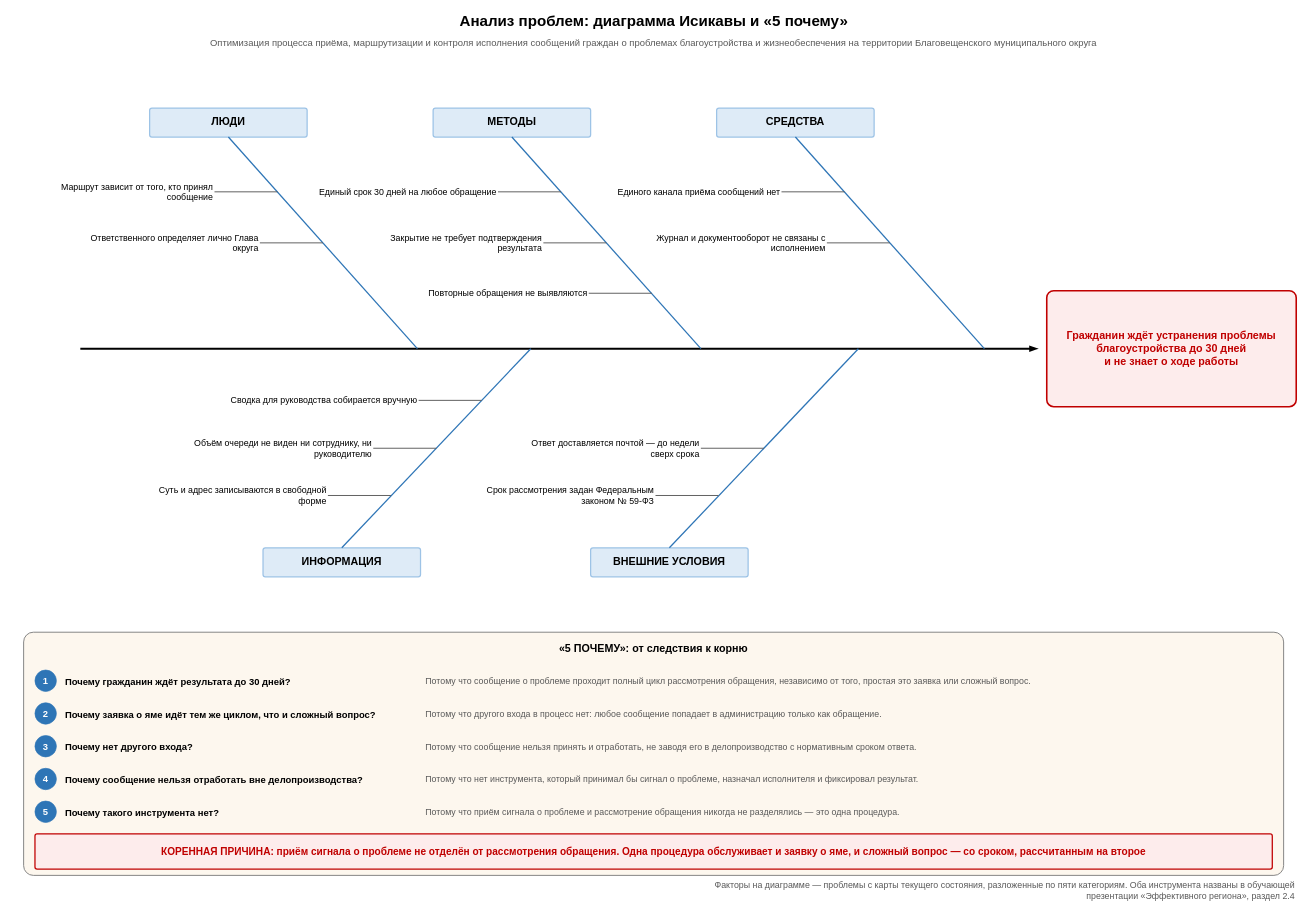
The draw.io diagram файлы/analiz-prichin.drawio in NiceGenn/Team-28-progress, before the edit. Source tidied: cells renumbered, new cells numbered last; positions are measured from the earlier drawing's top-left corner, leaving out a move shared by most shapes. Both pictures are drawn from the tidied source at 63%, with x=0, y=0 at pixel (11, 11).
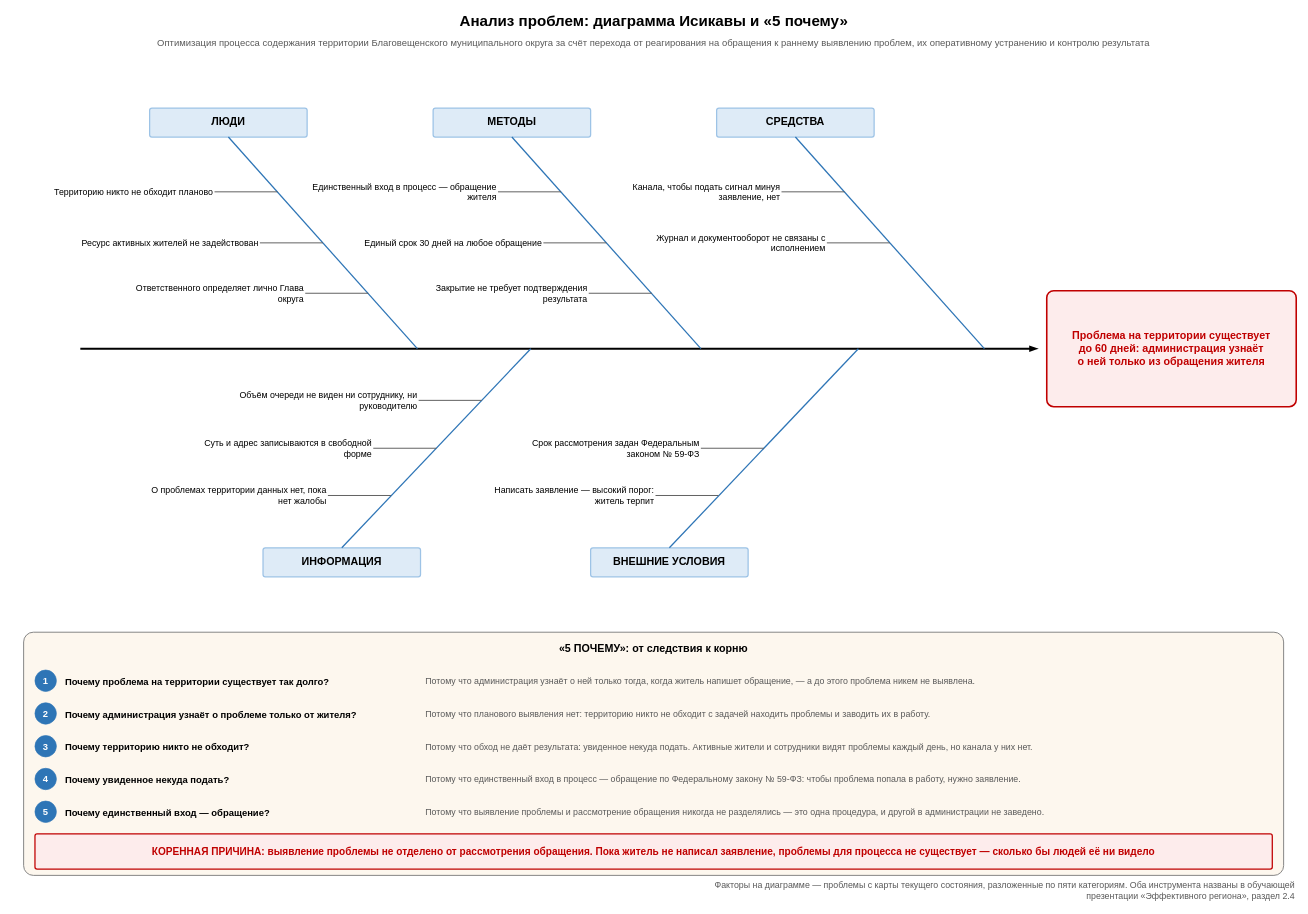
Above is the later version.

The change refers to these unchanged cells:
```xml
<mxCell id="40" value="«5 ПОЧЕМУ»: от следствия к корню" style="rounded=1;arcSize=4;whiteSpace=wrap;html=1;fillColor=#FDF7EE;strokeColor=#7F7F7F;strokeWidth=1.5;verticalAlign=top;align=center;fontSize=17;fontStyle=1;spacing=12;" parent="1" vertex="1">
  <mxGeometry x="20" y="986" width="2000" height="386" as="geometry" />
</mxCell>
```

Change to the diagram source:
```diff
@@
-    <mxCell id="3" value="Оптимизация процесса приёма, маршрутизации и контроля исполнения сообщений граждан о проблемах благоустройства и жизнеобеспечения на территории Благовещенского муниципального округа" style="text;html=1;align=center;verticalAlign=middle;whiteSpace=wrap;fontSize=15;fontColor=#595959;" parent="1" vertex="1">
+    <mxCell id="3" value="Оптимизация процесса содержания территории Благовещенского муниципального округа за счёт перехода от реагирования на обращения к раннему выявлению проблем, их оперативному устранению и контролю результата" style="text;html=1;align=center;verticalAlign=middle;whiteSpace=wrap;fontSize=15;fontColor=#595959;" parent="1" vertex="1">
       <mxGeometry y="38" width="2040" height="24" as="geometry" />
     </mxCell>
@@
-    <mxCell id="5" value="Гражданин ждёт устранения проблемы&lt;br&gt;благоустройства до 30 дней&lt;br&gt;и не знает о ходе работы" style="rounded=1;arcSize=6;whiteSpace=wrap;html=1;fillColor=#FDECEC;strokeColor=#C00000;strokeWidth=2.5;fontSize=17;fontStyle=1;verticalAlign=middle;align=center;fontColor=#C00000;spacing=8;" parent="1" vertex="1">
+    <mxCell id="5" value="Проблема на территории существует&lt;br&gt;до 60 дней: администрация узнаёт&lt;br&gt;о ней только из обращения жителя" style="rounded=1;arcSize=6;whiteSpace=wrap;html=1;fillColor=#FDECEC;strokeColor=#C00000;strokeWidth=2.5;fontSize=17;fontStyle=1;verticalAlign=middle;align=center;fontColor=#C00000;spacing=8;" parent="1" vertex="1">
       <mxGeometry x="1644" y="444" width="396" height="184" as="geometry" />
     </mxCell>
@@
-    <mxCell id="9" value="Маршрут зависит от того, кто принял сообщение" style="text;html=1;whiteSpace=wrap;align=right;verticalAlign=middle;fontSize=14;" parent="1" vertex="1">
+    <mxCell id="9" value="Территорию никто не обходит планово" style="text;html=1;whiteSpace=wrap;align=right;verticalAlign=middle;fontSize=14;" parent="1" vertex="1">
       <mxGeometry x="23" y="265" width="300" height="44" as="geometry" />
     </mxCell>
@@
-    <mxCell id="11" value="Ответственного определяет лично Глава округа" style="text;html=1;whiteSpace=wrap;align=right;verticalAlign=middle;fontSize=14;" parent="1" vertex="1">
+    <mxCell id="11" value="Ресурс активных жителей не задействован" style="text;html=1;whiteSpace=wrap;align=right;verticalAlign=middle;fontSize=14;" parent="1" vertex="1">
       <mxGeometry x="95" y="346" width="300" height="44" as="geometry" />
     </mxCell>
+    <mxCell id="58" style="html=1;endArrow=none;strokeWidth=1.5;strokeColor=#595959;rounded=0;" parent="1" edge="1">
+      <mxGeometry relative="1" as="geometry">
+        <mxPoint x="467" y="448" as="sourcePoint" />
+        <mxPoint x="567" y="448" as="targetPoint" />
+      </mxGeometry>
+    </mxCell>
+    <mxCell id="59" value="Ответственного определяет лично Глава округа" style="text;html=1;whiteSpace=wrap;align=right;verticalAlign=middle;fontSize=14;" parent="1" vertex="1">
+      <mxGeometry x="167" y="426" width="300" height="44" as="geometry" />
+    </mxCell>
@@
-    <mxCell id="15" value="Единый срок 30 дней на любое обращение" style="text;html=1;whiteSpace=wrap;align=right;verticalAlign=middle;fontSize=14;" parent="1" vertex="1">
+    <mxCell id="15" value="Единственный вход в процесс — обращение жителя" style="text;html=1;whiteSpace=wrap;align=right;verticalAlign=middle;fontSize=14;" parent="1" vertex="1">
       <mxGeometry x="473" y="265" width="300" height="44" as="geometry" />
     </mxCell>
@@
-    <mxCell id="17" value="Закрытие не требует подтверждения результата" style="text;html=1;whiteSpace=wrap;align=right;verticalAlign=middle;fontSize=14;" parent="1" vertex="1">
+    <mxCell id="17" value="Единый срок 30 дней на любое обращение" style="text;html=1;whiteSpace=wrap;align=right;verticalAlign=middle;fontSize=14;" parent="1" vertex="1">
       <mxGeometry x="545" y="346" width="300" height="44" as="geometry" />
     </mxCell>
@@
-    <mxCell id="19" value="Повторные обращения не выявляются" style="text;html=1;whiteSpace=wrap;align=right;verticalAlign=middle;fontSize=14;" parent="1" vertex="1">
+    <mxCell id="19" value="Закрытие не требует подтверждения результата" style="text;html=1;whiteSpace=wrap;align=right;verticalAlign=middle;fontSize=14;" parent="1" vertex="1">
       <mxGeometry x="617" y="426" width="300" height="44" as="geometry" />
     </mxCell>
@@
-    <mxCell id="23" value="Единого канала приёма сообщений нет" style="text;html=1;whiteSpace=wrap;align=right;verticalAlign=middle;fontSize=14;" parent="1" vertex="1">
+    <mxCell id="23" value="Канала, чтобы подать сигнал минуя заявление, нет" style="text;html=1;whiteSpace=wrap;align=right;verticalAlign=middle;fontSize=14;" parent="1" vertex="1">
       <mxGeometry x="923" y="265" width="300" height="44" as="geometry" />
     </mxCell>
@@
-    <mxCell id="29" value="Суть и адрес записываются в свободной форме" style="text;html=1;whiteSpace=wrap;align=right;verticalAlign=middle;fontSize=14;" parent="1" vertex="1">
+    <mxCell id="29" value="О проблемах территории данных нет, пока нет жалобы" style="text;html=1;whiteSpace=wrap;align=right;verticalAlign=middle;fontSize=14;" parent="1" vertex="1">
       <mxGeometry x="203" y="747" width="300" height="44" as="geometry" />
     </mxCell>
@@
-    <mxCell id="31" value="Объём очереди не виден ни сотруднику, ни руководителю" style="text;html=1;whiteSpace=wrap;align=right;verticalAlign=middle;fontSize=14;" parent="1" vertex="1">
+    <mxCell id="31" value="Суть и адрес записываются в свободной форме" style="text;html=1;whiteSpace=wrap;align=right;verticalAlign=middle;fontSize=14;" parent="1" vertex="1">
       <mxGeometry x="275" y="672" width="300" height="44" as="geometry" />
     </mxCell>
@@
-    <mxCell id="33" value="Сводка для руководства собирается вручную" style="text;html=1;whiteSpace=wrap;align=right;verticalAlign=middle;fontSize=14;" parent="1" vertex="1">
+    <mxCell id="33" value="Объём очереди не виден ни сотруднику, ни руководителю" style="text;html=1;whiteSpace=wrap;align=right;verticalAlign=middle;fontSize=14;" parent="1" vertex="1">
       <mxGeometry x="347" y="596" width="300" height="44" as="geometry" />
     </mxCell>
@@
-    <mxCell id="37" value="Срок рассмотрения задан Федеральным законом № 59-ФЗ" style="text;html=1;whiteSpace=wrap;align=right;verticalAlign=middle;fontSize=14;" parent="1" vertex="1">
+    <mxCell id="37" value="Написать заявление — высокий порог: житель терпит" style="text;html=1;whiteSpace=wrap;align=right;verticalAlign=middle;fontSize=14;" parent="1" vertex="1">
       <mxGeometry x="723" y="747" width="300" height="44" as="geometry" />
     </mxCell>
@@
-    <mxCell id="39" value="Ответ доставляется почтой — до недели сверх срока" style="text;html=1;whiteSpace=wrap;align=right;verticalAlign=middle;fontSize=14;" parent="1" vertex="1">
+    <mxCell id="39" value="Срок рассмотрения задан Федеральным законом № 59-ФЗ" style="text;html=1;whiteSpace=wrap;align=right;verticalAlign=middle;fontSize=14;" parent="1" vertex="1">
       <mxGeometry x="795" y="672" width="300" height="44" as="geometry" />
     </mxCell>
@@
-    <mxCell id="42" value="Почему гражданин ждёт результата до 30 дней?" style="text;html=1;align=left;verticalAlign=middle;whiteSpace=wrap;fontSize=15;fontStyle=1;" parent="40" vertex="1">
+    <mxCell id="42" value="Почему проблема на территории существует так долго?" style="text;html=1;align=left;verticalAlign=middle;whiteSpace=wrap;fontSize=15;fontStyle=1;" parent="40" vertex="1">
       <mxGeometry x="64" y="52" width="560" height="52" as="geometry" />
     </mxCell>
-    <mxCell id="43" value="Потому что сообщение о проблеме проходит полный цикл рассмотрения обращения, независимо от того, простая это заявка или сложный вопрос." style="text;html=1;align=left;verticalAlign=middle;whiteSpace=wrap;fontSize=14;fontColor=#595959;" parent="40" vertex="1">
+    <mxCell id="43" value="Потому что администрация узнаёт о ней только тогда, когда житель напишет обращение, — а до этого проблема никем не выявлена." style="text;html=1;align=left;verticalAlign=middle;whiteSpace=wrap;fontSize=14;fontColor=#595959;" parent="40" vertex="1">
       <mxGeometry x="636" y="52" width="1340" height="52" as="geometry" />
     </mxCell>
@@
-    <mxCell id="45" value="Почему заявка о яме идёт тем же циклом, что и сложный вопрос?" style="text;html=1;align=left;verticalAlign=middle;whiteSpace=wrap;fontSize=15;fontStyle=1;" parent="40" vertex="1">
+    <mxCell id="45" value="Почему администрация узнаёт о проблеме только от жителя?" style="text;html=1;align=left;verticalAlign=middle;whiteSpace=wrap;fontSize=15;fontStyle=1;" parent="40" vertex="1">
       <mxGeometry x="64" y="104" width="560" height="52" as="geometry" />
     </mxCell>
-    <mxCell id="46" value="Потому что другого входа в процесс нет: любое сообщение попадает в администрацию только как обращение." style="text;html=1;align=left;verticalAlign=middle;whiteSpace=wrap;fontSize=14;fontColor=#595959;" parent="40" vertex="1">
+    <mxCell id="46" value="Потому что планового выявления нет: территорию никто не обходит с задачей находить проблемы и заводить их в работу." style="text;html=1;align=left;verticalAlign=middle;whiteSpace=wrap;fontSize=14;fontColor=#595959;" parent="40" vertex="1">
       <mxGeometry x="636" y="104" width="1340" height="52" as="geometry" />
     </mxCell>
@@
-    <mxCell id="48" value="Почему нет другого входа?" style="text;html=1;align=left;verticalAlign=middle;whiteSpace=wrap;fontSize=15;fontStyle=1;" parent="40" vertex="1">
+    <mxCell id="48" value="Почему территорию никто не обходит?" style="text;html=1;align=left;verticalAlign=middle;whiteSpace=wrap;fontSize=15;fontStyle=1;" parent="40" vertex="1">
       <mxGeometry x="64" y="156" width="560" height="52" as="geometry" />
     </mxCell>
-    <mxCell id="49" value="Потому что сообщение нельзя принять и отработать, не заводя его в делопроизводство с нормативным сроком ответа." style="text;html=1;align=left;verticalAlign=middle;whiteSpace=wrap;fontSize=14;fontColor=#595959;" parent="40" vertex="1">
+    <mxCell id="49" value="Потому что обход не даёт результата: увиденное некуда подать. Активные жители и сотрудники видят проблемы каждый день, но канала у них нет." style="text;html=1;align=left;verticalAlign=middle;whiteSpace=wrap;fontSize=14;fontColor=#595959;" parent="40" vertex="1">
       <mxGeometry x="636" y="156" width="1340" height="52" as="geometry" />
     </mxCell>
@@
-    <mxCell id="51" value="Почему сообщение нельзя отработать вне делопроизводства?" style="text;html=1;align=left;verticalAlign=middle;whiteSpace=wrap;fontSize=15;fontStyle=1;" parent="40" vertex="1">
+    <mxCell id="51" value="Почему увиденное некуда подать?" style="text;html=1;align=left;verticalAlign=middle;whiteSpace=wrap;fontSize=15;fontStyle=1;" parent="40" vertex="1">
       <mxGeometry x="64" y="208" width="560" height="52" as="geometry" />
     </mxCell>
-    <mxCell id="52" value="Потому что нет инструмента, который принимал бы сигнал о проблеме, назначал исполнителя и фиксировал результат." style="text;html=1;align=left;verticalAlign=middle;whiteSpace=wrap;fontSize=14;fontColor=#595959;" parent="40" vertex="1">
+    <mxCell id="52" value="Потому что единственный вход в процесс — обращение по Федеральному закону № 59-ФЗ: чтобы проблема попала в работу, нужно заявление." style="text;html=1;align=left;verticalAlign=middle;whiteSpace=wrap;fontSize=14;fontColor=#595959;" parent="40" vertex="1">
       <mxGeometry x="636" y="208" width="1340" height="52" as="geometry" />
     </mxCell>
@@
-    <mxCell id="54" value="Почему такого инструмента нет?" style="text;html=1;align=left;verticalAlign=middle;whiteSpace=wrap;fontSize=15;fontStyle=1;" parent="40" vertex="1">
+    <mxCell id="54" value="Почему единственный вход — обращение?" style="text;html=1;align=left;verticalAlign=middle;whiteSpace=wrap;fontSize=15;fontStyle=1;" parent="40" vertex="1">
       <mxGeometry x="64" y="260" width="560" height="52" as="geometry" />
     </mxCell>
-    <mxCell id="55" value="Потому что приём сигнала о проблеме и рассмотрение обращения никогда не разделялись — это одна процедура." style="text;html=1;align=left;verticalAlign=middle;whiteSpace=wrap;fontSize=14;fontColor=#595959;" parent="40" vertex="1">
+    <mxCell id="55" value="Потому что выявление проблемы и рассмотрение обращения никогда не разделялись — это одна процедура, и другой в администрации не заведено." style="text;html=1;align=left;verticalAlign=middle;whiteSpace=wrap;fontSize=14;fontColor=#595959;" parent="40" vertex="1">
       <mxGeometry x="636" y="260" width="1340" height="52" as="geometry" />
     </mxCell>
-    <mxCell id="56" value="КОРЕННАЯ ПРИЧИНА: приём сигнала о проблеме не отделён от рассмотрения обращения. Одна процедура обслуживает и заявку о яме, и сложный вопрос — со сроком, рассчитанным на второе" style="rounded=1;arcSize=6;whiteSpace=wrap;html=1;fillColor=#FDECEC;strokeColor=#C00000;strokeWidth=2;fontSize=16;fontStyle=1;fontColor=#C00000;align=center;verticalAlign=middle;spacing=8;" parent="40" vertex="1">
+    <mxCell id="56" value="КОРЕННАЯ ПРИЧИНА: выявление проблемы не отделено от рассмотрения обращения. Пока житель не написал заявление, проблемы для процесса не существует — сколько бы людей её ни видело" style="rounded=1;arcSize=6;whiteSpace=wrap;html=1;fillColor=#FDECEC;strokeColor=#C00000;strokeWidth=2;fontSize=16;fontStyle=1;fontColor=#C00000;align=center;verticalAlign=middle;spacing=8;" parent="40" vertex="1">
       <mxGeometry x="18" y="320" width="1964" height="56" as="geometry" />
     </mxCell>
```
